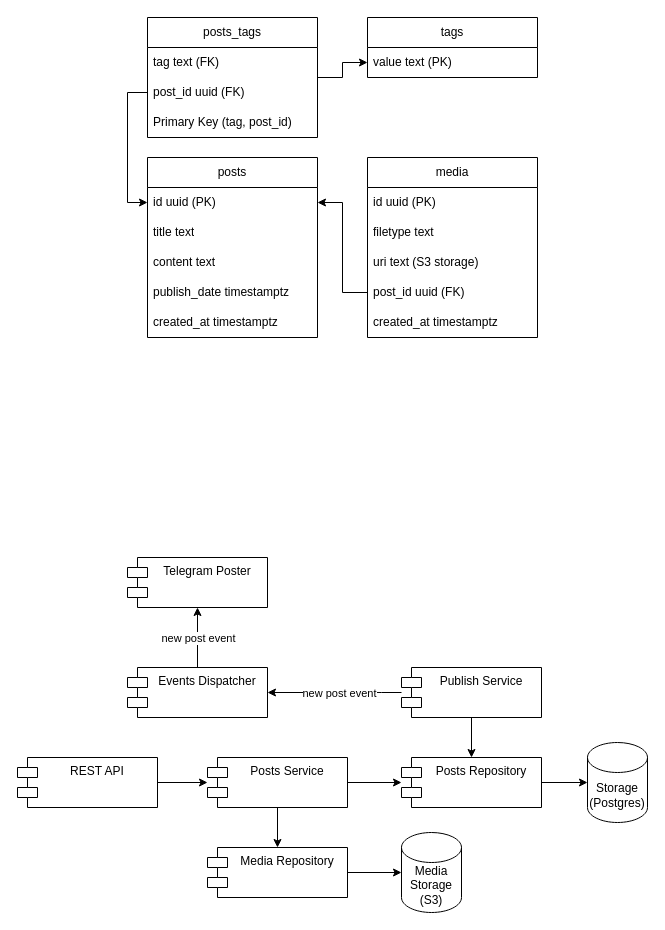
kostromin59/poster keeps this draw.io diagram as poster.drawio. Above is the earlier version. Source tidied: cells renumbered, new cells numbered last; positions are measured from the earlier drawing's top-left corner, leaving out a move shared by most shapes. Both pictures are drawn from the tidied source at 100%, with x=0, y=0 at pixel (17, 17).
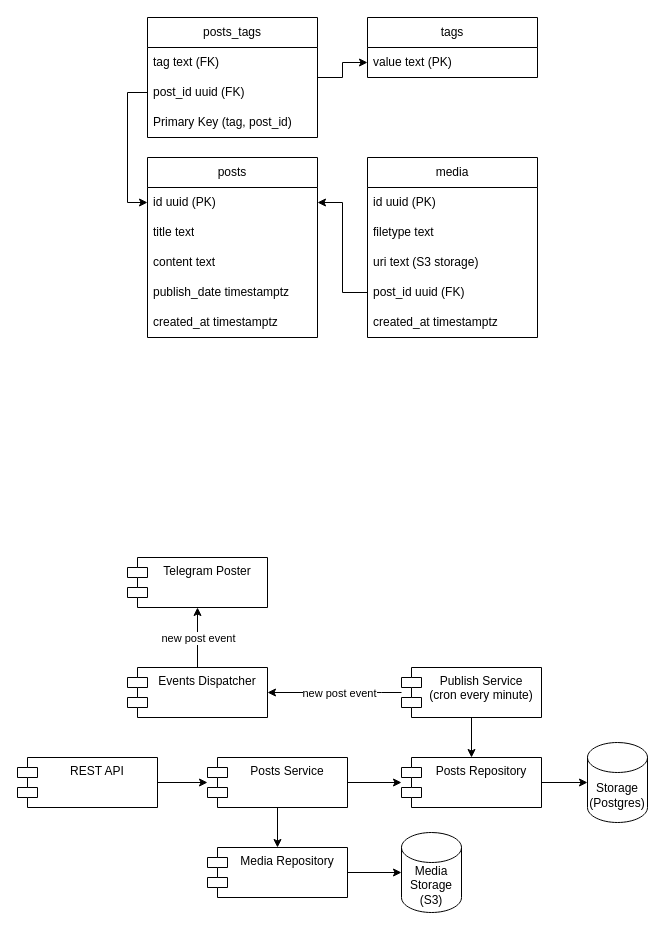
The same page after the edit.

Commit message:
feat: description of publish service on scheme

Diff of the diagram source:
```diff
@@
-    <mxCell id="34" value="Publish Service" style="shape=module;align=left;spacingLeft=20;align=center;verticalAlign=top;whiteSpace=wrap;html=1;" parent="1" vertex="1">
+    <mxCell id="34" value="Publish Service&lt;br&gt;(cron every minute)" style="shape=module;align=left;spacingLeft=20;align=center;verticalAlign=top;whiteSpace=wrap;html=1;" parent="1" vertex="1">
       <mxGeometry x="384" y="650" width="140" height="50" as="geometry" />
     </mxCell>
```
